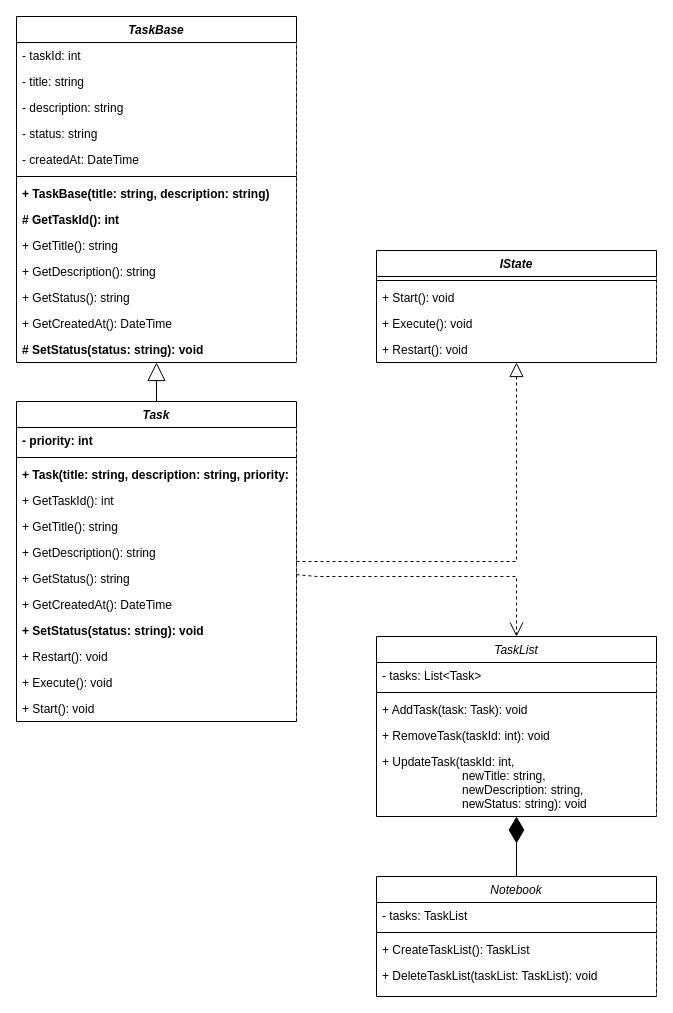
NemirovichMark/Example keeps this draw.io diagram as Диаграмма без названия.drawio. Above is the earlier version. Source tidied: cells renumbered, new cells numbered last; positions are measured from the earlier drawing's top-left corner, leaving out a move shared by most shapes. Both pictures are drawn from the tidied source at 100%, with x=0, y=0 at pixel (16, 16).
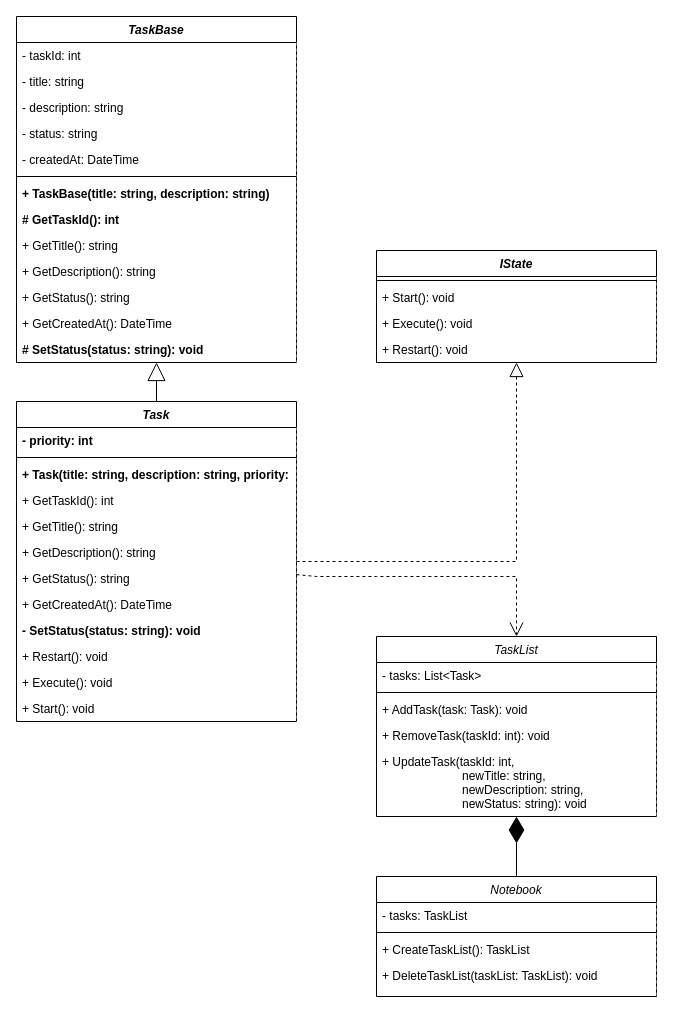
The same diagram, later.

Commit message:
Обновление Диаграмма классов.drawio

The change refers to these unchanged cells:
```xml
<mxCell id="22" value="Task" style="swimlane;fontStyle=3;align=center;verticalAlign=top;horizontal=1;startSize=26;rounded=0;shadow=0;strokeWidth=1;separatorColor=#666666;" parent="1" vertex="1">
  <mxGeometry y="385" width="280" height="320" as="geometry" />
</mxCell>
```

The edit, as a diff of the source:
```diff
@@
-    <mxCell id="31" value="+ SetStatus(status: string): void" style="text;align=left;verticalAlign=top;spacingLeft=4;spacingRight=4;overflow=hidden;fontStyle=1;" parent="22" vertex="1">
+    <mxCell id="31" value="- SetStatus(status: string): void" style="text;align=left;verticalAlign=top;spacingLeft=4;spacingRight=4;overflow=hidden;fontStyle=1;" parent="22" vertex="1">
       <mxGeometry y="216" width="280" height="26" as="geometry" />
     </mxCell>
```
